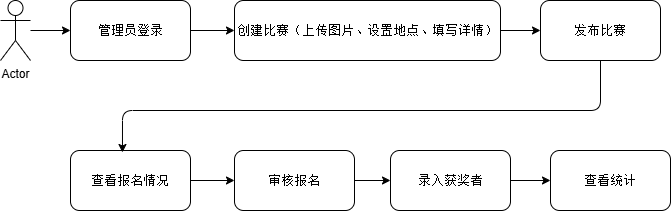
Before: 比赛管理流程（管理员）.drawio.png, a diagram exported from draw.io (kikikong31/highland-nexus-ui). Source tidied: cells renumbered, new cells last; positions are measured from the earlier drawing's top-left corner, leaving out a move shared by most shapes. Source of this version:
```xml
<mxGraphModel>
  <root>
    <mxCell id="0" />
    <mxCell id="1" parent="0" />
    <mxCell id="2" style="edgeStyle=none;html=1;" parent="1" edge="1" source="3" target="5">
      <mxGeometry relative="1" as="geometry" />
    </mxCell>
    <mxCell id="3" value="Actor" style="shape=umlActor;verticalLabelPosition=bottom;verticalAlign=top;html=1;outlineConnect=0;" parent="1" vertex="1">
      <mxGeometry width="30" height="60" as="geometry" />
    </mxCell>
    <mxCell id="4" style="edgeStyle=none;html=1;" parent="1" edge="1" source="5" target="14">
      <mxGeometry relative="1" as="geometry" />
    </mxCell>
    <mxCell id="5" value="&lt;p class=&quot;MsoNormal&quot;&gt;&lt;span style=&quot;mso-spacerun:'yes';font-family:宋体;mso-hansi-font-family:'Courier New';&lt;br/&gt;color:rgb(0,0,0);font-size:10.0000pt;mso-font-kerning:1.0000pt;&quot;&gt;&lt;font face=&quot;宋体&quot;&gt;管理员登录&lt;/font&gt;&lt;/span&gt;&lt;/p&gt;" style="rounded=1;whiteSpace=wrap;html=1;" parent="1" vertex="1">
      <mxGeometry x="70" width="120" height="60" as="geometry" />
    </mxCell>
    <mxCell id="6" style="edgeStyle=none;html=1;" parent="1" edge="1" source="7" target="12">
      <mxGeometry relative="1" as="geometry" />
    </mxCell>
    <mxCell id="7" value="&lt;p class=&quot;MsoNormal&quot;&gt;&lt;span style=&quot;mso-spacerun:'yes';font-family:宋体;mso-hansi-font-family:'Courier New';&lt;br/&gt;color:rgb(0,0,0);font-size:10.0000pt;mso-font-kerning:1.0000pt;&quot;&gt;&lt;font face=&quot;宋体&quot;&gt;审核报名&lt;/font&gt;&lt;/span&gt;&lt;/p&gt;" style="rounded=1;whiteSpace=wrap;html=1;" parent="1" vertex="1">
      <mxGeometry x="234" y="150" width="120" height="60" as="geometry" />
    </mxCell>
    <mxCell id="8" style="edgeStyle=none;html=1;" parent="1" edge="1" source="9" target="7">
      <mxGeometry relative="1" as="geometry" />
    </mxCell>
    <mxCell id="9" value="&lt;p class=&quot;MsoNormal&quot;&gt;&lt;span style=&quot;mso-spacerun:'yes';font-family:宋体;mso-hansi-font-family:'Courier New';&lt;br/&gt;color:rgb(0,0,0);font-size:10.0000pt;mso-font-kerning:1.0000pt;&quot;&gt;&lt;font face=&quot;宋体&quot;&gt;查看报名情况&lt;/font&gt;&lt;/span&gt;&lt;/p&gt;" style="rounded=1;whiteSpace=wrap;html=1;" parent="1" vertex="1">
      <mxGeometry x="70" y="150" width="120" height="60" as="geometry" />
    </mxCell>
    <mxCell id="10" value="&lt;p class=&quot;MsoNormal&quot;&gt;&lt;span style=&quot;mso-spacerun:'yes';font-family:宋体;mso-hansi-font-family:'Courier New';&lt;br/&gt;color:rgb(0,0,0);font-size:10.0000pt;mso-font-kerning:1.0000pt;&quot;&gt;&lt;font face=&quot;宋体&quot;&gt;发布比赛&lt;/font&gt;&lt;/span&gt;&lt;/p&gt;" style="rounded=1;whiteSpace=wrap;html=1;" parent="1" vertex="1">
      <mxGeometry x="540" width="120" height="60" as="geometry" />
    </mxCell>
    <mxCell id="11" style="edgeStyle=none;html=1;" parent="1" edge="1" source="12" target="15">
      <mxGeometry relative="1" as="geometry" />
    </mxCell>
    <mxCell id="12" value="&lt;p class=&quot;MsoNormal&quot;&gt;&lt;span style=&quot;mso-spacerun:'yes';font-family:宋体;mso-hansi-font-family:'Courier New';&lt;br/&gt;color:rgb(0,0,0);font-size:10.0000pt;mso-font-kerning:1.0000pt;&quot;&gt;&lt;font face=&quot;宋体&quot;&gt;录入获奖者&lt;/font&gt;&lt;/span&gt;&lt;/p&gt;" style="rounded=1;whiteSpace=wrap;html=1;" parent="1" vertex="1">
      <mxGeometry x="390" y="150" width="120" height="60" as="geometry" />
    </mxCell>
    <mxCell id="13" style="edgeStyle=none;html=1;" parent="1" edge="1" source="14" target="10">
      <mxGeometry relative="1" as="geometry" />
    </mxCell>
    <mxCell id="14" value="&lt;p class=&quot;MsoNormal&quot;&gt;&lt;span style=&quot;mso-spacerun:'yes';font-family:宋体;mso-hansi-font-family:'Courier New';&lt;br/&gt;color:rgb(0,0,0);font-size:10.0000pt;mso-font-kerning:1.0000pt;&quot;&gt;&lt;font face=&quot;宋体&quot;&gt;创建比赛（上传图片、设置地点、填写详情）&lt;/font&gt;&lt;/span&gt;&lt;/p&gt;" style="rounded=1;whiteSpace=wrap;html=1;" parent="1" vertex="1">
      <mxGeometry x="234" width="266" height="60" as="geometry" />
    </mxCell>
    <mxCell id="15" value="&lt;p class=&quot;MsoNormal&quot;&gt;&lt;span style=&quot;mso-spacerun:'yes';font-family:宋体;mso-hansi-font-family:'Courier New';&lt;br/&gt;color:rgb(0,0,0);font-size:10.0000pt;mso-font-kerning:1.0000pt;&quot;&gt;&lt;font face=&quot;宋体&quot;&gt;查看统计&lt;/font&gt;&lt;/span&gt;&lt;/p&gt;" style="rounded=1;whiteSpace=wrap;html=1;" parent="1" vertex="1">
      <mxGeometry x="550" y="150" width="120" height="60" as="geometry" />
    </mxCell>
    <mxCell id="16" style="edgeStyle=none;html=1;entryX=0.433;entryY=0.033;entryDx=0;entryDy=0;entryPerimeter=0;" parent="1" edge="1" source="10" target="9">
      <mxGeometry relative="1" as="geometry">
        <Array as="points">
          <mxPoint x="600" y="110" />
          <mxPoint x="122" y="110" />
        </Array>
      </mxGeometry>
    </mxCell>
  </root>
</mxGraphModel>
```
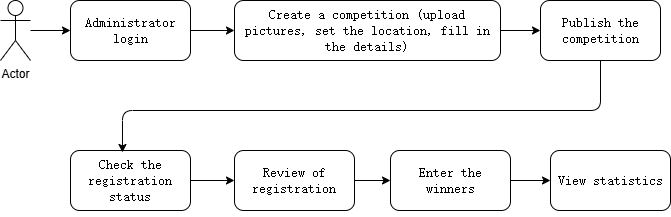
After the change.

The edit, as a diff of the source:
```diff
@@ -11,37 +11,37 @@
     <mxCell id="4" style="edgeStyle=none;html=1;" parent="1" edge="1" source="5" target="14">
       <mxGeometry relative="1" as="geometry" />
     </mxCell>
-    <mxCell id="5" value="&lt;p class=&quot;MsoNormal&quot;&gt;&lt;span style=&quot;mso-spacerun:'yes';font-family:宋体;mso-hansi-font-family:'Courier New';&lt;br/&gt;color:rgb(0,0,0);font-size:10.0000pt;mso-font-kerning:1.0000pt;&quot;&gt;&lt;font face=&quot;宋体&quot;&gt;管理员登录&lt;/font&gt;&lt;/span&gt;&lt;/p&gt;" style="rounded=1;whiteSpace=wrap;html=1;" parent="1" vertex="1">
+    <mxCell id="5" value="&lt;p class=&quot;MsoNormal&quot;&gt;&lt;font face=&quot;宋体&quot;&gt;&lt;span style=&quot;font-size: 13.3333px;&quot;&gt;Administrator login&lt;/span&gt;&lt;/font&gt;&lt;/p&gt;" style="rounded=1;whiteSpace=wrap;html=1;" parent="1" vertex="1">
       <mxGeometry x="70" width="120" height="60" as="geometry" />
     </mxCell>
     <mxCell id="6" style="edgeStyle=none;html=1;" parent="1" edge="1" source="7" target="12">
       <mxGeometry relative="1" as="geometry" />
     </mxCell>
-    <mxCell id="7" value="&lt;p class=&quot;MsoNormal&quot;&gt;&lt;span style=&quot;mso-spacerun:'yes';font-family:宋体;mso-hansi-font-family:'Courier New';&lt;br/&gt;color:rgb(0,0,0);font-size:10.0000pt;mso-font-kerning:1.0000pt;&quot;&gt;&lt;font face=&quot;宋体&quot;&gt;审核报名&lt;/font&gt;&lt;/span&gt;&lt;/p&gt;" style="rounded=1;whiteSpace=wrap;html=1;" parent="1" vertex="1">
+    <mxCell id="7" value="&lt;p class=&quot;MsoNormal&quot;&gt;&lt;font face=&quot;宋体&quot;&gt;&lt;span style=&quot;font-size: 13.3333px;&quot;&gt;Review of registration&lt;/span&gt;&lt;/font&gt;&lt;/p&gt;" style="rounded=1;whiteSpace=wrap;html=1;" parent="1" vertex="1">
       <mxGeometry x="234" y="150" width="120" height="60" as="geometry" />
     </mxCell>
     <mxCell id="8" style="edgeStyle=none;html=1;" parent="1" edge="1" source="9" target="7">
       <mxGeometry relative="1" as="geometry" />
     </mxCell>
-    <mxCell id="9" value="&lt;p class=&quot;MsoNormal&quot;&gt;&lt;span style=&quot;mso-spacerun:'yes';font-family:宋体;mso-hansi-font-family:'Courier New';&lt;br/&gt;color:rgb(0,0,0);font-size:10.0000pt;mso-font-kerning:1.0000pt;&quot;&gt;&lt;font face=&quot;宋体&quot;&gt;查看报名情况&lt;/font&gt;&lt;/span&gt;&lt;/p&gt;" style="rounded=1;whiteSpace=wrap;html=1;" parent="1" vertex="1">
+    <mxCell id="9" value="&lt;p class=&quot;MsoNormal&quot;&gt;&lt;font face=&quot;宋体&quot;&gt;&lt;span style=&quot;font-size: 13.3333px;&quot;&gt;Check the registration status&lt;/span&gt;&lt;/font&gt;&lt;/p&gt;" style="rounded=1;whiteSpace=wrap;html=1;" parent="1" vertex="1">
       <mxGeometry x="70" y="150" width="120" height="60" as="geometry" />
     </mxCell>
-    <mxCell id="10" value="&lt;p class=&quot;MsoNormal&quot;&gt;&lt;span style=&quot;mso-spacerun:'yes';font-family:宋体;mso-hansi-font-family:'Courier New';&lt;br/&gt;color:rgb(0,0,0);font-size:10.0000pt;mso-font-kerning:1.0000pt;&quot;&gt;&lt;font face=&quot;宋体&quot;&gt;发布比赛&lt;/font&gt;&lt;/span&gt;&lt;/p&gt;" style="rounded=1;whiteSpace=wrap;html=1;" parent="1" vertex="1">
+    <mxCell id="10" value="&lt;p class=&quot;MsoNormal&quot;&gt;&lt;font face=&quot;宋体&quot;&gt;&lt;span style=&quot;font-size: 13.3333px;&quot;&gt;Publish the competition&lt;/span&gt;&lt;/font&gt;&lt;/p&gt;" style="rounded=1;whiteSpace=wrap;html=1;" parent="1" vertex="1">
       <mxGeometry x="540" width="120" height="60" as="geometry" />
     </mxCell>
     <mxCell id="11" style="edgeStyle=none;html=1;" parent="1" edge="1" source="12" target="15">
       <mxGeometry relative="1" as="geometry" />
     </mxCell>
-    <mxCell id="12" value="&lt;p class=&quot;MsoNormal&quot;&gt;&lt;span style=&quot;mso-spacerun:'yes';font-family:宋体;mso-hansi-font-family:'Courier New';&lt;br/&gt;color:rgb(0,0,0);font-size:10.0000pt;mso-font-kerning:1.0000pt;&quot;&gt;&lt;font face=&quot;宋体&quot;&gt;录入获奖者&lt;/font&gt;&lt;/span&gt;&lt;/p&gt;" style="rounded=1;whiteSpace=wrap;html=1;" parent="1" vertex="1">
+    <mxCell id="12" value="&lt;p class=&quot;MsoNormal&quot;&gt;&lt;font face=&quot;宋体&quot;&gt;&lt;span style=&quot;font-size: 13.3333px;&quot;&gt;Enter the winners&lt;/span&gt;&lt;/font&gt;&lt;/p&gt;" style="rounded=1;whiteSpace=wrap;html=1;" parent="1" vertex="1">
       <mxGeometry x="390" y="150" width="120" height="60" as="geometry" />
     </mxCell>
     <mxCell id="13" style="edgeStyle=none;html=1;" parent="1" edge="1" source="14" target="10">
       <mxGeometry relative="1" as="geometry" />
     </mxCell>
-    <mxCell id="14" value="&lt;p class=&quot;MsoNormal&quot;&gt;&lt;span style=&quot;mso-spacerun:'yes';font-family:宋体;mso-hansi-font-family:'Courier New';&lt;br/&gt;color:rgb(0,0,0);font-size:10.0000pt;mso-font-kerning:1.0000pt;&quot;&gt;&lt;font face=&quot;宋体&quot;&gt;创建比赛（上传图片、设置地点、填写详情）&lt;/font&gt;&lt;/span&gt;&lt;/p&gt;" style="rounded=1;whiteSpace=wrap;html=1;" parent="1" vertex="1">
+    <mxCell id="14" value="&lt;p class=&quot;MsoNormal&quot;&gt;&lt;font face=&quot;宋体&quot;&gt;&lt;span style=&quot;font-size: 13.3333px;&quot;&gt;Create a competition (upload pictures, set the location, fill in the details)&lt;/span&gt;&lt;/font&gt;&lt;/p&gt;" style="rounded=1;whiteSpace=wrap;html=1;" parent="1" vertex="1">
       <mxGeometry x="234" width="266" height="60" as="geometry" />
     </mxCell>
-    <mxCell id="15" value="&lt;p class=&quot;MsoNormal&quot;&gt;&lt;span style=&quot;mso-spacerun:'yes';font-family:宋体;mso-hansi-font-family:'Courier New';&lt;br/&gt;color:rgb(0,0,0);font-size:10.0000pt;mso-font-kerning:1.0000pt;&quot;&gt;&lt;font face=&quot;宋体&quot;&gt;查看统计&lt;/font&gt;&lt;/span&gt;&lt;/p&gt;" style="rounded=1;whiteSpace=wrap;html=1;" parent="1" vertex="1">
+    <mxCell id="15" value="&lt;p class=&quot;MsoNormal&quot;&gt;&lt;font face=&quot;宋体&quot;&gt;&lt;span style=&quot;font-size: 13.3333px;&quot;&gt;View statistics&lt;/span&gt;&lt;/font&gt;&lt;/p&gt;" style="rounded=1;whiteSpace=wrap;html=1;" parent="1" vertex="1">
       <mxGeometry x="550" y="150" width="120" height="60" as="geometry" />
     </mxCell>
     <mxCell id="16" style="edgeStyle=none;html=1;entryX=0.433;entryY=0.033;entryDx=0;entryDy=0;entryPerimeter=0;" parent="1" edge="1" source="10" target="9">
```
